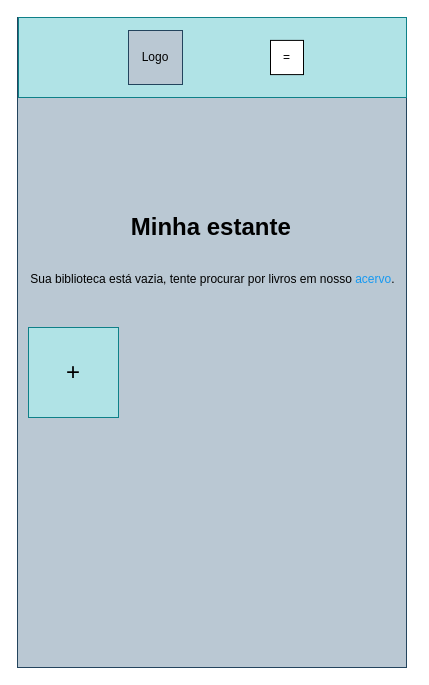
Above: page "Biblioteca do iniciante" (5 of 13) of Bookshelf.drawio in LeoHMuniz/FrontEnd (draw.io), before the change. Source tidied: cells renumbered, new cells numbered last; positions are measured from the earlier drawing's top-left corner, leaving out a move shared by most shapes. Both pictures are drawn from the tidied source at 100%, with x=0, y=0 at pixel (17, 17).
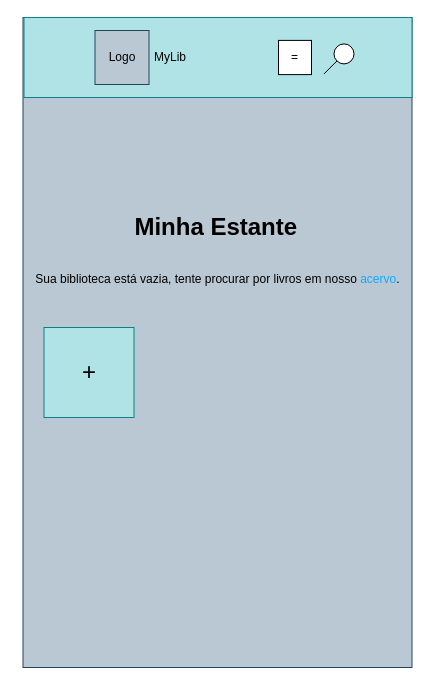
Above is the later version.

What changed in the source:
```diff
@@
 <mxGraphModel>
   <root>
     <mxCell id="0" />
     <mxCell id="1" parent="0" />
     <mxCell id="2" style="rounded=0;whiteSpace=wrap;html=1;fillColor=#bac8d3;strokeColor=#23445d;" parent="1" vertex="1">
-      <mxGeometry width="389" height="650" as="geometry" />
+      <mxGeometry x="5.5" width="389" height="650" as="geometry" />
     </mxCell>
-    <mxCell id="3" style="rounded=0;whiteSpace=wrap;html=1;fillColor=#b0e3e6;strokeColor=#0e8088;" parent="1" vertex="1">
-      <mxGeometry x="1" width="388" height="80" as="geometry" />
-    </mxCell>
-    <mxCell id="4" value="Logo" style="whiteSpace=wrap;html=1;fillColor=#bac8d3;strokeColor=#23445d;" parent="1" vertex="1">
-      <mxGeometry x="111" y="13" width="54" height="54" as="geometry" />
-    </mxCell>
-    <mxCell id="5" value="=&lt;br&gt;" style="rounded=0;whiteSpace=wrap;html=1;" parent="1" vertex="1">
-      <mxGeometry x="253" y="22.9" width="33" height="34.2" as="geometry" />
-    </mxCell>
-    <mxCell id="6" value="&lt;h1 style=&quot;text-align: center;&quot;&gt;Minha estante&lt;/h1&gt;&lt;div style=&quot;text-align: center;&quot;&gt;&lt;br&gt;&lt;/div&gt;&lt;div&gt;&amp;nbsp;Sua biblioteca está vazia, tente procurar por livros em nosso &lt;font color=&quot;#1699f1&quot;&gt;acervo&lt;/font&gt;.&lt;br&gt;&lt;/div&gt;" style="text;html=1;strokeColor=none;fillColor=none;spacing=5;spacingTop=-20;whiteSpace=wrap;overflow=hidden;rounded=0;" parent="1" vertex="1">
-      <mxGeometry x="4.5" y="190" width="381" height="190" as="geometry" />
+    <mxCell id="6" value="&lt;h1 style=&quot;text-align: center;&quot;&gt;Minha Estante&lt;/h1&gt;&lt;div style=&quot;text-align: center;&quot;&gt;&lt;br&gt;&lt;/div&gt;&lt;div&gt;&amp;nbsp;Sua biblioteca está vazia, tente procurar por livros em nosso &lt;font color=&quot;#0aadff&quot;&gt;acervo&lt;/font&gt;.&lt;br&gt;&lt;/div&gt;" style="text;html=1;strokeColor=none;fillColor=none;spacing=5;spacingTop=-20;whiteSpace=wrap;overflow=hidden;rounded=0;" parent="1" vertex="1">
+      <mxGeometry x="10" y="190" width="381" height="190" as="geometry" />
     </mxCell>
     <mxCell id="7" value="&lt;font style=&quot;font-size: 24px;&quot;&gt;+&lt;/font&gt;" style="rounded=0;whiteSpace=wrap;html=1;fillColor=#b0e3e6;strokeColor=#0e8088;" parent="1" vertex="1">
-      <mxGeometry x="11" y="310" width="90" height="90" as="geometry" />
+      <mxGeometry x="26.5" y="310" width="90" height="90" as="geometry" />
     </mxCell>
+    <mxCell id="8" style="rounded=0;whiteSpace=wrap;html=1;fillColor=#b0e3e6;strokeColor=#0e8088;" parent="1" vertex="1">
+      <mxGeometry x="6.5" width="388" height="80" as="geometry" />
+    </mxCell>
+    <mxCell id="4" value="Logo" style="whiteSpace=wrap;html=1;fillColor=#bac8d3;strokeColor=#23445d;" parent="1" vertex="1">
+      <mxGeometry x="77.5" y="13" width="54" height="54" as="geometry" />
+    </mxCell>
+    <mxCell id="9" value="MyLib" style="text;html=1;strokeColor=none;fillColor=none;align=center;verticalAlign=middle;whiteSpace=wrap;rounded=0;" parent="1" vertex="1">
+      <mxGeometry x="107.5" y="25" width="90" height="30" as="geometry" />
+    </mxCell>
+    <mxCell id="5" value="=&lt;br&gt;" style="rounded=0;whiteSpace=wrap;html=1;" parent="1" vertex="1">
+      <mxGeometry x="261" y="22.9" width="33" height="34.2" as="geometry" />
+    </mxCell>
+    <mxCell id="10" style="ellipse;whiteSpace=wrap;html=1;" parent="1" vertex="1">
+      <mxGeometry x="316.5" y="26.4" width="20" height="20" as="geometry" />
+    </mxCell>
+    <mxCell id="11" style="endArrow=none;html=1;rounded=0;entryX=0;entryY=1;entryDx=0;entryDy=0;" parent="1" edge="1" target="10">
+      <mxGeometry relative="1" as="geometry">
+        <mxPoint x="306.5" y="56.4" as="sourcePoint" />
+      </mxGeometry>
+    </mxCell>
   </root>
 </mxGraphModel>
```
